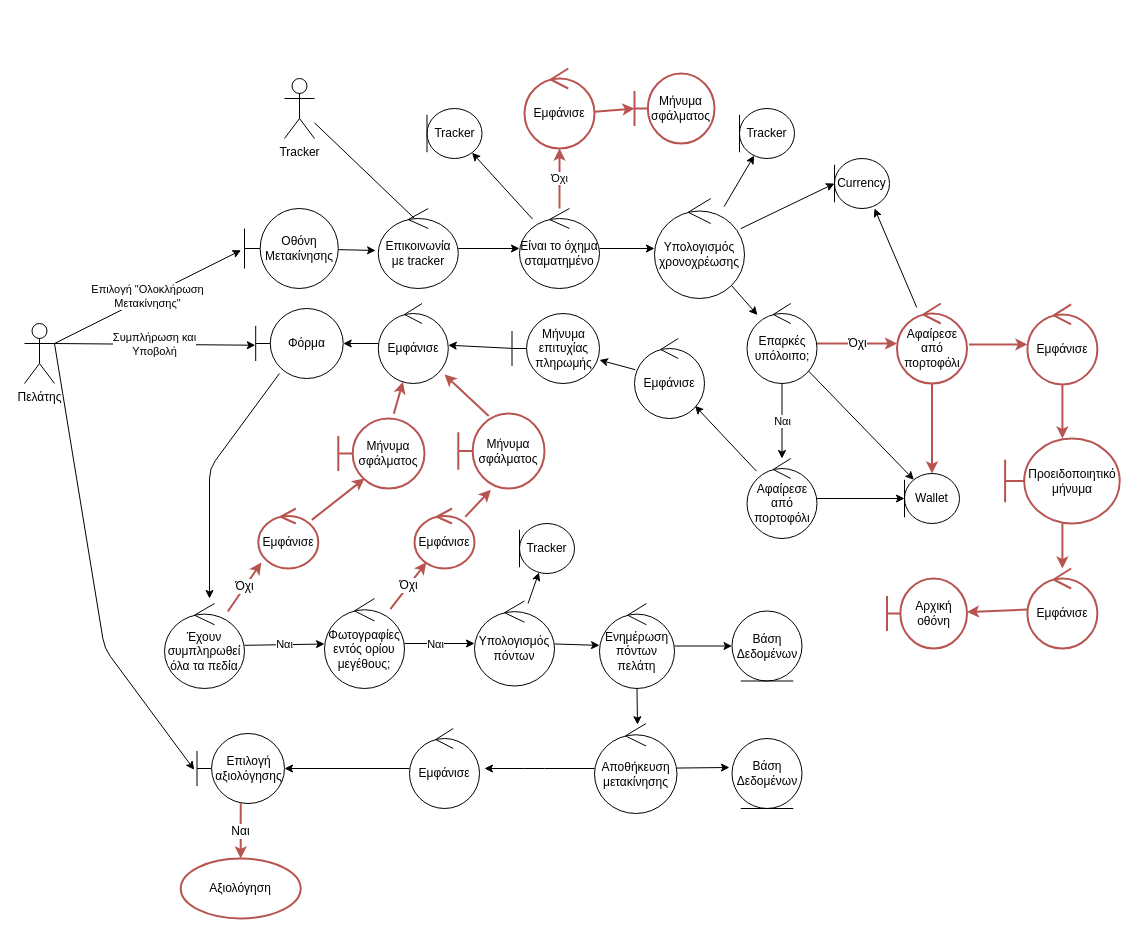
Earlier version of the draw.io diagram Part_2/Robustness/diagrams/03_Ολοκλήρωση_Μετακίνησης.drawio (Nikolis2002/texnoligia_logismikou). Source tidied: cells renumbered, new cells numbered last; positions are measured from the earlier drawing's top-left corner, leaving out a move shared by most shapes. Both pictures are drawn from the tidied source at 100%, with x=0, y=0 at pixel (24, 68).
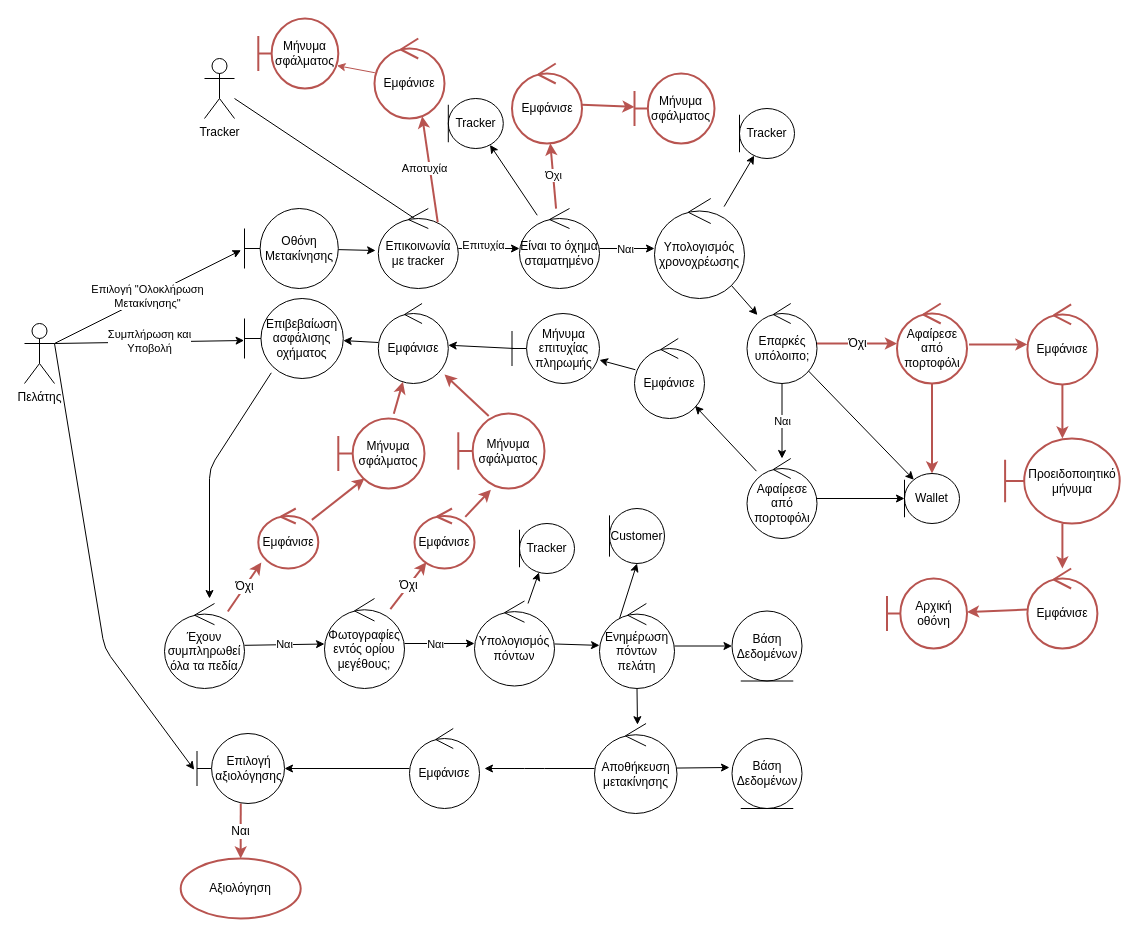
Above is the later version.

Commit message (it also covers changes not shown here):
sequence 3 complete,incomplete 5,changes to robustness

Unchanged cells that the change refers to:
```xml
<mxCell id="9" value="Επικοινωνία με tracker" style="ellipse;shape=umlControl;whiteSpace=wrap;html=1;" parent="1" vertex="1">
  <mxGeometry x="353.8" y="140" width="80" height="80" as="geometry" />
</mxCell>
<mxCell id="14" style="edgeStyle=none;html=1;endArrow=classic;endFill=1;" parent="1" edge="1" source="15" target="23">
  <mxGeometry relative="1" as="geometry" />
</mxCell>
<mxCell id="15" value="Είναι το όχημα σταματημένο" style="ellipse;shape=umlControl;whiteSpace=wrap;html=1;" parent="1" vertex="1">
  <mxGeometry x="495" y="140" width="80" height="80" as="geometry" />
</mxCell>
<mxCell id="23" value="Υπολογισμός χρονοχρέωσης" style="ellipse;shape=umlControl;whiteSpace=wrap;html=1;" parent="1" vertex="1">
  <mxGeometry x="630" y="130" width="90" height="100" as="geometry" />
</mxCell>
<mxCell id="35" value="Αφαίρεσε από πορτοφόλι" style="ellipse;shape=umlControl;whiteSpace=wrap;html=1;fillColor=none;strokeColor=#b85450;strokeWidth=2;" parent="1" vertex="1">
  <mxGeometry x="872.5" y="235" width="70" height="80" as="geometry" />
</mxCell>
<mxCell id="73" value="Ενημέρωση πόντων πελάτη" style="ellipse;shape=umlControl;whiteSpace=wrap;html=1;" parent="1" vertex="1">
  <mxGeometry x="575" y="535" width="75" height="85" as="geometry" />
</mxCell>
```

Change to the diagram source:
```diff
@@
     <mxCell id="8" style="edgeStyle=none;html=1;endArrow=classic;endFill=1;" parent="1" edge="1" source="9" target="15">
-      <mxGeometry relative="1" as="geometry" />
+      <mxGeometry relative="1" as="geometry">
+        <Array as="points">
+          <mxPoint x="470" y="180" />
+        </Array>
+      </mxGeometry>
     </mxCell>
+    <mxCell id="85" value="Επιτυχία" style="edgeLabel;html=1;align=center;verticalAlign=middle;" parent="8" vertex="1">
+      <mxGeometry x="-0.17" y="4" relative="1" as="geometry" />
+    </mxCell>
@@
     <mxCell id="11" value="Tracker" style="shape=umlActor;verticalLabelPosition=bottom;verticalAlign=top;html=1;" parent="1" vertex="1">
-      <mxGeometry x="260" y="10" width="30" height="60" as="geometry" />
+      <mxGeometry x="180" y="-10" width="30" height="60" as="geometry" />
     </mxCell>
@@
+    <mxCell id="86" value="Ναι" style="edgeLabel;html=1;align=center;verticalAlign=middle;" parent="14" vertex="1">
+      <mxGeometry x="0.4" y="2" relative="1" as="geometry">
+        <mxPoint x="-14" y="2" as="offset" />
+      </mxGeometry>
+    </mxCell>
@@
     <mxCell id="16" value="Tracker" style="ellipse;shape=umlEntity;whiteSpace=wrap;html=1;direction=south;" parent="1" vertex="1">
-      <mxGeometry x="402.5" y="40" width="55" height="50" as="geometry" />
+      <mxGeometry x="423.8" y="30" width="55" height="50" as="geometry" />
     </mxCell>
@@
     <mxCell id="18" value="Εμφάνισε" style="ellipse;shape=umlControl;whiteSpace=wrap;html=1;fillColor=none;strokeColor=#b85450;strokeWidth=2;" parent="1" vertex="1">
-      <mxGeometry x="500" width="70" height="80" as="geometry" />
+      <mxGeometry x="487.5" y="-5" width="70" height="80" as="geometry" />
     </mxCell>
@@
-    <mxCell id="22" style="edgeStyle=none;html=1;entryX=0.5;entryY=1;entryDx=0;entryDy=0;endArrow=classic;endFill=1;" parent="1" edge="1" source="23" target="36">
-      <mxGeometry relative="1" as="geometry" />
-    </mxCell>
@@
-    <mxCell id="32" style="edgeStyle=none;html=1;entryX=1;entryY=0.273;entryDx=0;entryDy=0;endArrow=classic;endFill=1;entryPerimeter=0;" parent="1" edge="1" source="35" target="36">
-      <mxGeometry relative="1" as="geometry" />
-    </mxCell>
@@
-    <mxCell id="36" value="Currency" style="ellipse;shape=umlEntity;whiteSpace=wrap;html=1;direction=south;" parent="1" vertex="1">
-      <mxGeometry x="810" y="90" width="55" height="50" as="geometry" />
-    </mxCell>
@@
-    <mxCell id="52" value="Φόρμα" style="shape=umlBoundary;whiteSpace=wrap;html=1;" parent="1" vertex="1">
-      <mxGeometry x="231.2" y="240" width="87.5" height="70" as="geometry" />
+    <mxCell id="52" value="Επιβεβαίωση&lt;br&gt;ασφάλισης&lt;br&gt;οχήματος" style="shape=umlBoundary;whiteSpace=wrap;html=1;" parent="1" vertex="1">
+      <mxGeometry x="220" y="230" width="98.8" height="80" as="geometry" />
     </mxCell>
@@
+    <mxCell id="87" style="edgeStyle=none;html=1;entryX=1;entryY=0.5;entryDx=0;entryDy=0;exitX=0.266;exitY=0.181;exitDx=0;exitDy=0;exitPerimeter=0;" parent="1" edge="1" source="73" target="88">
+      <mxGeometry relative="1" as="geometry" />
+    </mxCell>
@@
+    <mxCell id="88" value="Customer" style="ellipse;shape=umlEntity;whiteSpace=wrap;html=1;direction=south;" parent="1" vertex="1">
+      <mxGeometry x="585" y="440" width="55" height="55" as="geometry" />
+    </mxCell>
+    <mxCell id="89" style="edgeStyle=none;html=1;entryX=0.983;entryY=0.673;entryDx=0;entryDy=0;entryPerimeter=0;strokeColor=#B85450;" parent="1" edge="1" source="90" target="92">
+      <mxGeometry relative="1" as="geometry" />
+    </mxCell>
+    <mxCell id="90" value="Εμφάνισε" style="ellipse;shape=umlControl;whiteSpace=wrap;html=1;fillColor=none;strokeColor=#b85450;strokeWidth=2;" parent="1" vertex="1">
+      <mxGeometry x="350" y="-30" width="70" height="80" as="geometry" />
+    </mxCell>
+    <mxCell id="91" value="Αποτυχία" style="edgeStyle=none;html=1;endArrow=classic;endFill=1;fillColor=#f8cecc;strokeColor=#b85450;strokeWidth=2;exitX=0.743;exitY=0.172;exitDx=0;exitDy=0;exitPerimeter=0;entryX=0.681;entryY=0.972;entryDx=0;entryDy=0;entryPerimeter=0;" parent="1" edge="1" source="9" target="90">
+      <mxGeometry x="0.03" y="5" relative="1" as="geometry" />
+    </mxCell>
+    <mxCell id="92" value="Μήνυμα σφάλματος" style="shape=umlBoundary;whiteSpace=wrap;html=1;fillColor=none;strokeColor=#b85450;strokeWidth=2;" parent="1" vertex="1">
+      <mxGeometry x="233.8" y="-50" width="80" height="70" as="geometry" />
+    </mxCell>
```
